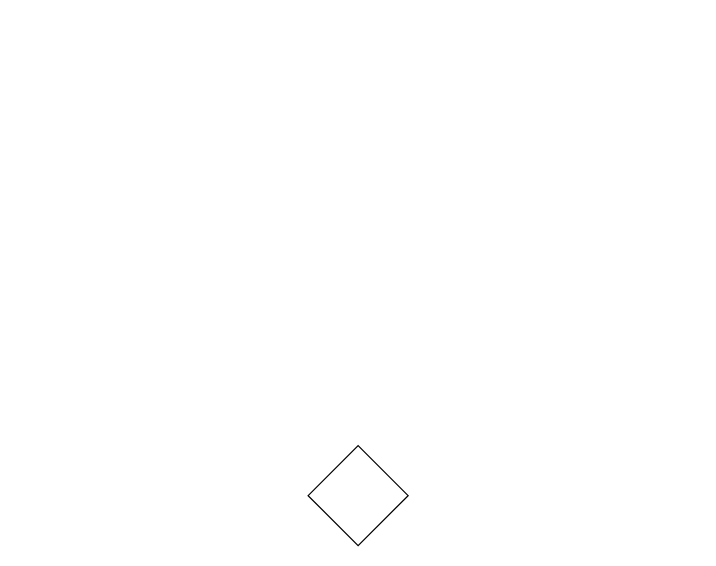
Above: drawio/one.drawio in eveyv/flow_charts_drawio (draw.io), before the change. Source tidied: cells renumbered, new cells numbered last; positions are measured from the earlier drawing's top-left corner, leaving out a move shared by most shapes. Both pictures are drawn from the tidied source at 125%, with x=0, y=0 at pixel (308, 445).
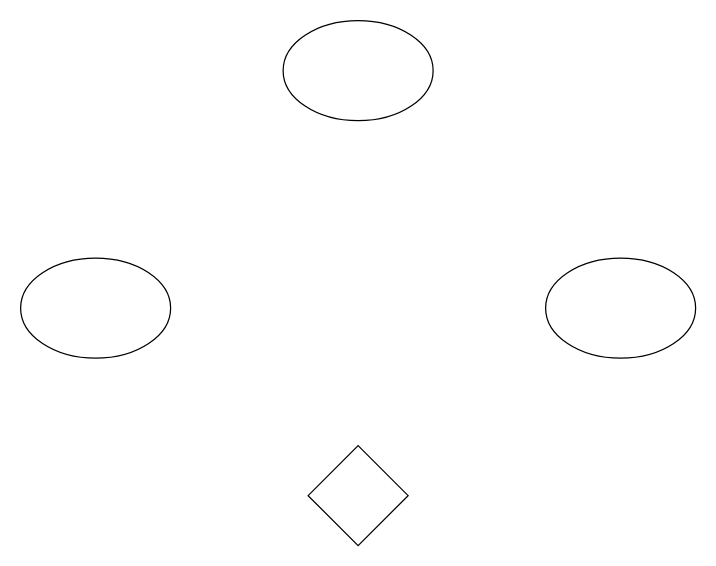
After the change.

Diff of the diagram source:
```diff
@@
 <mxGraphModel>
   <root>
     <mxCell id="0" />
     <mxCell id="1" parent="0" />
     <mxCell id="2" style="rhombus;whiteSpace=wrap;html=1;" parent="1" vertex="1">
       <mxGeometry width="80" height="80" as="geometry" />
     </mxCell>
+    <mxCell id="3" style="ellipse;whiteSpace=wrap;html=1;" parent="1" vertex="1">
+      <mxGeometry x="-20" y="-340" width="120" height="80" as="geometry" />
+    </mxCell>
+    <mxCell id="4" style="ellipse;whiteSpace=wrap;html=1;" parent="1" vertex="1">
+      <mxGeometry x="-230" y="-150" width="120" height="80" as="geometry" />
+    </mxCell>
+    <mxCell id="5" style="ellipse;whiteSpace=wrap;html=1;" parent="1" vertex="1">
+      <mxGeometry x="190" y="-150" width="120" height="80" as="geometry" />
+    </mxCell>
   </root>
 </mxGraphModel>
```
